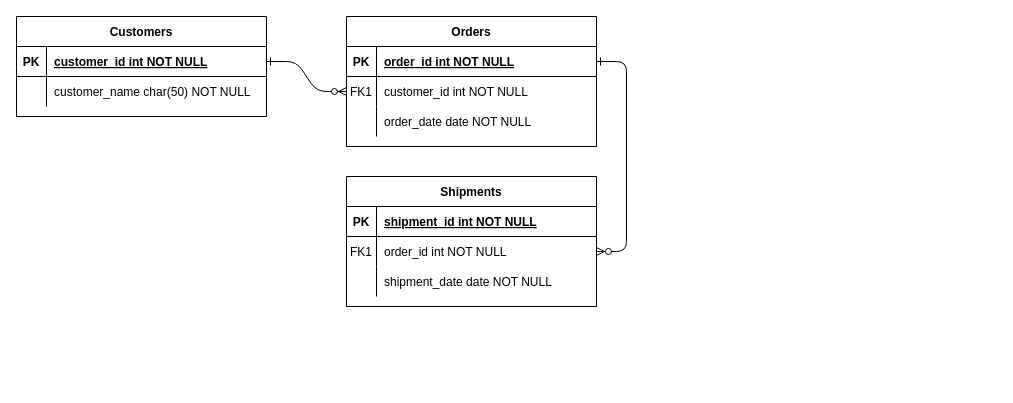
Earlier version of the draw.io diagram ANS6.drawio (paldengrg/Codes). Source tidied: cells renumbered, new cells numbered last; positions are measured from the earlier drawing's top-left corner, leaving out a move shared by most shapes. Both pictures are drawn from the tidied source at 100%, with x=0, y=0 at pixel (16, 16).
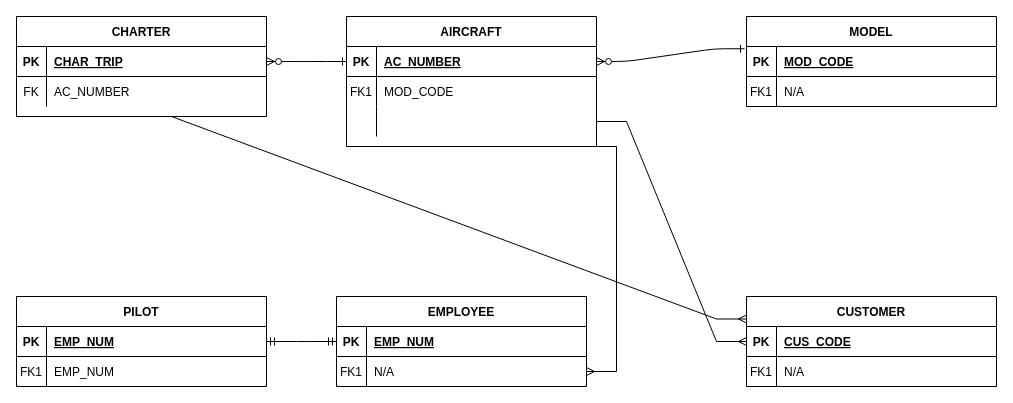
After the change.

Unchanged cells that the change refers to:
```xml
<mxCell id="5" style="shape=partialRectangle;fillColor=none;points=[[0,0.5],[1,0.5]];portConstraint=eastwest;top=0;left=0;right=0;bottom=1;" parent="4" vertex="1">
  <mxGeometry y="30" width="250" height="30" as="geometry" />
</mxCell>
<mxCell id="8" style="shape=partialRectangle;fillColor=none;points=[[0,0.5],[1,0.5]];portConstraint=eastwest;top=0;left=0;right=0;bottom=0;" parent="4" vertex="1">
  <mxGeometry y="60" width="250" height="30" as="geometry" />
</mxCell>
<mxCell id="11" style="shape=partialRectangle;fillColor=none;points=[[0,0.5],[1,0.5]];portConstraint=eastwest;top=0;left=0;right=0;bottom=0;" parent="4" vertex="1">
  <mxGeometry y="90" width="250" height="30" as="geometry" />
</mxCell>
<mxCell id="15" style="shape=partialRectangle;fillColor=none;points=[[0,0.5],[1,0.5]];portConstraint=eastwest;top=0;left=0;right=0;bottom=1;" parent="14" vertex="1">
  <mxGeometry y="30" width="250" height="30" as="geometry" />
</mxCell>
<mxCell id="18" style="shape=partialRectangle;fillColor=none;points=[[0,0.5],[1,0.5]];portConstraint=eastwest;top=0;left=0;right=0;bottom=0;" parent="14" vertex="1">
  <mxGeometry y="60" width="250" height="30" as="geometry" />
</mxCell>
<mxCell id="25" style="shape=partialRectangle;fillColor=none;points=[[0,0.5],[1,0.5]];portConstraint=eastwest;top=0;left=0;right=0;bottom=1;" parent="24" vertex="1">
  <mxGeometry y="30" width="250" height="30" as="geometry" />
</mxCell>
<mxCell id="28" style="shape=partialRectangle;fillColor=none;top=0;left=0;right=0;bottom=0;" parent="24" vertex="1">
  <mxGeometry y="60" width="250" height="30" as="geometry" />
</mxCell>
```

Diff of the diagram source:
```diff
@@
-    <mxCell id="2" style="edgeStyle=entityRelationEdgeStyle;endArrow=ERzeroToMany;startArrow=ERone;endFill=1;startFill=0;" parent="1" edge="1" source="25" target="8">
+    <mxCell id="2" style="edgeStyle=entityRelationEdgeStyle;endArrow=ERzeroToMany;startArrow=ERone;endFill=1;startFill=0;entryX=1;entryY=0.5;entryDx=0;entryDy=0;exitX=0;exitY=0.5;exitDx=0;exitDy=0;" parent="1" edge="1" source="5" target="25">
       <mxGeometry relative="1" as="geometry" />
     </mxCell>
-    <mxCell id="3" style="edgeStyle=entityRelationEdgeStyle;endArrow=ERzeroToMany;startArrow=ERone;endFill=1;startFill=0;" parent="1" edge="1" source="5" target="18">
+    <mxCell id="3" style="edgeStyle=entityRelationEdgeStyle;endArrow=ERzeroToMany;startArrow=ERone;endFill=1;startFill=0;exitX=-0.008;exitY=0.075;exitDx=0;exitDy=0;exitPerimeter=0;" parent="1" edge="1" source="15" target="5">
       <mxGeometry relative="1" as="geometry" />
     </mxCell>
-    <mxCell id="4" value="Orders" style="shape=table;startSize=30;childLayout=tableLayout;rowLines=0;fontStyle=1;align=center;" parent="1" vertex="1">
+    <mxCell id="4" value="AIRCRAFT" style="shape=table;startSize=30;childLayout=tableLayout;rowLines=0;fontStyle=1;align=center;" parent="1" vertex="1">
       <mxGeometry x="330" width="250" height="130" as="geometry" />
     </mxCell>
@@
-    <mxCell id="7" value="order_id int NOT NULL " style="shape=partialRectangle;overflow=hidden;fillColor=none;top=0;left=0;bottom=0;right=0;align=left;spacingLeft=6;fontStyle=5;" parent="5" vertex="1">
+    <mxCell id="7" value="AC_NUMBER" style="shape=partialRectangle;overflow=hidden;fillColor=none;top=0;left=0;bottom=0;right=0;align=left;spacingLeft=6;fontStyle=5;" parent="5" vertex="1">
       <mxGeometry x="30" width="220" height="30" as="geometry" />
     </mxCell>
@@
-    <mxCell id="10" value="customer_id int NOT NULL" style="shape=partialRectangle;overflow=hidden;fillColor=none;top=0;left=0;bottom=0;right=0;align=left;spacingLeft=6;" parent="8" vertex="1">
+    <mxCell id="10" value="MOD_CODE" style="shape=partialRectangle;overflow=hidden;fillColor=none;top=0;left=0;bottom=0;right=0;align=left;spacingLeft=6;" parent="8" vertex="1">
       <mxGeometry x="30" width="220" height="30" as="geometry" />
     </mxCell>
@@
-    <mxCell id="13" value="order_date date NOT NULL" style="shape=partialRectangle;overflow=hidden;fillColor=none;top=0;left=0;bottom=0;right=0;align=left;spacingLeft=6;" parent="11" vertex="1">
+    <mxCell id="13" style="shape=partialRectangle;overflow=hidden;fillColor=none;top=0;left=0;bottom=0;right=0;align=left;spacingLeft=6;" parent="11" vertex="1">
       <mxGeometry x="30" width="220" height="30" as="geometry" />
     </mxCell>
-    <mxCell id="14" value="Shipments" style="shape=table;startSize=30;childLayout=tableLayout;rowLines=0;fontStyle=1;align=center;" parent="1" vertex="1">
-      <mxGeometry x="330" y="160" width="250" height="130" as="geometry" />
+    <mxCell id="14" value="MODEL" style="shape=table;startSize=30;childLayout=tableLayout;rowLines=0;fontStyle=1;align=center;" parent="1" vertex="1">
+      <mxGeometry x="730" width="250" height="90" as="geometry" />
     </mxCell>
@@
-    <mxCell id="17" value="shipment_id int NOT NULL " style="shape=partialRectangle;overflow=hidden;fillColor=none;top=0;left=0;bottom=0;right=0;align=left;spacingLeft=6;fontStyle=5;" parent="15" vertex="1">
+    <mxCell id="17" value="MOD_CODE" style="shape=partialRectangle;overflow=hidden;fillColor=none;top=0;left=0;bottom=0;right=0;align=left;spacingLeft=6;fontStyle=5;" parent="15" vertex="1">
       <mxGeometry x="30" width="220" height="30" as="geometry" />
     </mxCell>
@@
-    <mxCell id="20" value="order_id int NOT NULL" style="shape=partialRectangle;overflow=hidden;fillColor=none;top=0;left=0;bottom=0;right=0;align=left;spacingLeft=6;" parent="18" vertex="1">
+    <mxCell id="20" value="N/A" style="shape=partialRectangle;overflow=hidden;fillColor=none;top=0;left=0;bottom=0;right=0;align=left;spacingLeft=6;" parent="18" vertex="1">
       <mxGeometry x="30" width="220" height="30" as="geometry" />
     </mxCell>
-    <mxCell id="21" style="shape=partialRectangle;fillColor=none;top=0;left=0;right=0;bottom=0;" parent="14" vertex="1">
-      <mxGeometry y="90" width="250" height="30" as="geometry" />
-    </mxCell>
-    <mxCell id="22" style="shape=partialRectangle;overflow=hidden;fillColor=none;top=0;left=0;bottom=0;right=0;" parent="21" vertex="1">
-      <mxGeometry width="30" height="30" as="geometry" />
-    </mxCell>
-    <mxCell id="23" value="shipment_date date NOT NULL" style="shape=partialRectangle;overflow=hidden;fillColor=none;top=0;left=0;bottom=0;right=0;align=left;spacingLeft=6;" parent="21" vertex="1">
-      <mxGeometry x="30" width="220" height="30" as="geometry" />
-    </mxCell>
-    <mxCell id="24" value="Customers" style="shape=table;startSize=30;childLayout=tableLayout;rowLines=0;fontStyle=1;align=center;" parent="1" vertex="1">
+    <mxCell id="24" value="CHARTER" style="shape=table;startSize=30;childLayout=tableLayout;rowLines=0;fontStyle=1;align=center;" parent="1" vertex="1">
       <mxGeometry width="250" height="100" as="geometry" />
     </mxCell>
@@
-    <mxCell id="27" value="customer_id int NOT NULL " style="shape=partialRectangle;overflow=hidden;fillColor=none;top=0;left=0;bottom=0;right=0;align=left;spacingLeft=6;fontStyle=5;" parent="25" vertex="1">
+    <mxCell id="27" value="CHAR_TRIP" style="shape=partialRectangle;overflow=hidden;fillColor=none;top=0;left=0;bottom=0;right=0;align=left;spacingLeft=6;fontStyle=5;" parent="25" vertex="1">
       <mxGeometry x="30" width="220" height="30" as="geometry" />
     </mxCell>
@@
-    <mxCell id="29" style="shape=partialRectangle;overflow=hidden;fillColor=none;top=0;left=0;bottom=0;right=0;" parent="28" vertex="1">
+    <mxCell id="29" value="FK" style="shape=partialRectangle;overflow=hidden;fillColor=none;top=0;left=0;bottom=0;right=0;" parent="28" vertex="1">
       <mxGeometry width="30" height="30" as="geometry" />
     </mxCell>
-    <mxCell id="30" value="customer_name char(50) NOT NULL" style="shape=partialRectangle;overflow=hidden;fillColor=none;top=0;left=0;bottom=0;right=0;align=left;spacingLeft=6;" parent="28" vertex="1">
+    <mxCell id="30" value="AC_NUMBER" style="shape=partialRectangle;overflow=hidden;fillColor=none;top=0;left=0;bottom=0;right=0;align=left;spacingLeft=6;" parent="28" vertex="1">
       <mxGeometry x="30" width="220" height="30" as="geometry" />
     </mxCell>
+    <mxCell id="31" value="PILOT" style="shape=table;startSize=30;childLayout=tableLayout;rowLines=0;fontStyle=1;align=center;" parent="1" vertex="1">
+      <mxGeometry y="280" width="250" height="90" as="geometry" />
+    </mxCell>
+    <mxCell id="32" style="shape=partialRectangle;fillColor=none;points=[[0,0.5],[1,0.5]];portConstraint=eastwest;top=0;left=0;right=0;bottom=1;" parent="31" vertex="1">
+      <mxGeometry y="30" width="250" height="30" as="geometry" />
+    </mxCell>
+    <mxCell id="33" value="PK" style="shape=partialRectangle;overflow=hidden;fillColor=none;top=0;left=0;bottom=0;right=0;fontStyle=1;" parent="32" vertex="1">
+      <mxGeometry width="30" height="30" as="geometry" />
+    </mxCell>
+    <mxCell id="34" value="EMP_NUM" style="shape=partialRectangle;overflow=hidden;fillColor=none;top=0;left=0;bottom=0;right=0;align=left;spacingLeft=6;fontStyle=5;" parent="32" vertex="1">
+      <mxGeometry x="30" width="220" height="30" as="geometry" />
+    </mxCell>
+    <mxCell id="35" style="shape=partialRectangle;fillColor=none;top=0;left=0;right=0;bottom=0;" parent="31" vertex="1">
+      <mxGeometry y="60" width="250" height="30" as="geometry" />
+    </mxCell>
+    <mxCell id="36" value="FK1" style="shape=partialRectangle;overflow=hidden;fillColor=none;top=0;left=0;bottom=0;right=0;" parent="35" vertex="1">
+      <mxGeometry width="30" height="30" as="geometry" />
+    </mxCell>
+    <mxCell id="37" value="EMP_NUM" style="shape=partialRectangle;overflow=hidden;fillColor=none;top=0;left=0;bottom=0;right=0;align=left;spacingLeft=6;" parent="35" vertex="1">
+      <mxGeometry x="30" width="220" height="30" as="geometry" />
+    </mxCell>
+    <mxCell id="38" value="EMPLOYEE" style="shape=table;startSize=30;childLayout=tableLayout;rowLines=0;fontStyle=1;align=center;" parent="1" vertex="1">
+      <mxGeometry x="320" y="280" width="250" height="90" as="geometry" />
+    </mxCell>
+    <mxCell id="39" style="shape=partialRectangle;fillColor=none;points=[[0,0.5],[1,0.5]];portConstraint=eastwest;top=0;left=0;right=0;bottom=1;" parent="38" vertex="1">
+      <mxGeometry y="30" width="250" height="30" as="geometry" />
+    </mxCell>
+    <mxCell id="40" value="PK" style="shape=partialRectangle;overflow=hidden;fillColor=none;top=0;left=0;bottom=0;right=0;fontStyle=1;" parent="39" vertex="1">
+      <mxGeometry width="30" height="30" as="geometry" />
+    </mxCell>
+    <mxCell id="41" value="EMP_NUM" style="shape=partialRectangle;overflow=hidden;fillColor=none;top=0;left=0;bottom=0;right=0;align=left;spacingLeft=6;fontStyle=5;" parent="39" vertex="1">
+      <mxGeometry x="30" width="220" height="30" as="geometry" />
+    </mxCell>
+    <mxCell id="42" style="shape=partialRectangle;fillColor=none;points=[[0,0.5],[1,0.5]];portConstraint=eastwest;top=0;left=0;right=0;bottom=0;" parent="38" vertex="1">
+      <mxGeometry y="60" width="250" height="30" as="geometry" />
+    </mxCell>
+    <mxCell id="43" value="FK1" style="shape=partialRectangle;overflow=hidden;fillColor=none;top=0;left=0;bottom=0;right=0;" parent="42" vertex="1">
+      <mxGeometry width="30" height="30" as="geometry" />
+    </mxCell>
+    <mxCell id="44" value="N/A" style="shape=partialRectangle;overflow=hidden;fillColor=none;top=0;left=0;bottom=0;right=0;align=left;spacingLeft=6;" parent="42" vertex="1">
+      <mxGeometry x="30" width="220" height="30" as="geometry" />
+    </mxCell>
+    <mxCell id="45" value="CUSTOMER" style="shape=table;startSize=30;childLayout=tableLayout;rowLines=0;fontStyle=1;align=center;" parent="1" vertex="1">
+      <mxGeometry x="730" y="280" width="250" height="90" as="geometry" />
+    </mxCell>
+    <mxCell id="46" style="shape=partialRectangle;fillColor=none;points=[[0,0.5],[1,0.5]];portConstraint=eastwest;top=0;left=0;right=0;bottom=1;" parent="45" vertex="1">
+      <mxGeometry y="30" width="250" height="30" as="geometry" />
+    </mxCell>
+    <mxCell id="47" value="PK" style="shape=partialRectangle;overflow=hidden;fillColor=none;top=0;left=0;bottom=0;right=0;fontStyle=1;" parent="46" vertex="1">
+      <mxGeometry width="30" height="30" as="geometry" />
+    </mxCell>
+    <mxCell id="48" value="CUS_CODE" style="shape=partialRectangle;overflow=hidden;fillColor=none;top=0;left=0;bottom=0;right=0;align=left;spacingLeft=6;fontStyle=5;" parent="46" vertex="1">
+      <mxGeometry x="30" width="220" height="30" as="geometry" />
+    </mxCell>
+    <mxCell id="49" style="shape=partialRectangle;fillColor=none;top=0;left=0;right=0;bottom=0;" parent="45" vertex="1">
+      <mxGeometry y="60" width="250" height="30" as="geometry" />
+    </mxCell>
+    <mxCell id="50" value="FK1" style="shape=partialRectangle;overflow=hidden;fillColor=none;top=0;left=0;bottom=0;right=0;" parent="49" vertex="1">
+      <mxGeometry width="30" height="30" as="geometry" />
+    </mxCell>
+    <mxCell id="51" value="N/A" style="shape=partialRectangle;overflow=hidden;fillColor=none;top=0;left=0;bottom=0;right=0;align=left;spacingLeft=6;" parent="49" vertex="1">
+      <mxGeometry x="30" width="220" height="30" as="geometry" />
+    </mxCell>
+    <mxCell id="52" style="edgeStyle=entityRelationEdgeStyle;fontSize=12;html=1;endArrow=ERmandOne;startArrow=ERmandOne;rounded=0;exitX=1;exitY=0.5;exitDx=0;exitDy=0;entryX=0;entryY=0.5;entryDx=0;entryDy=0;" parent="1" edge="1" source="32" target="39">
+      <mxGeometry relative="1" as="geometry" />
+    </mxCell>
+    <mxCell id="53" style="edgeStyle=entityRelationEdgeStyle;fontSize=12;html=1;endArrow=ERmany;rounded=0;exitX=0.5;exitY=1;exitDx=0;exitDy=0;entryX=0;entryY=0.25;entryDx=0;entryDy=0;" parent="1" edge="1" source="24" target="45">
+      <mxGeometry relative="1" as="geometry" />
+    </mxCell>
+    <mxCell id="54" style="edgeStyle=entityRelationEdgeStyle;fontSize=12;html=1;endArrow=ERmany;rounded=0;" parent="1" edge="1" target="42">
+      <mxGeometry relative="1" as="geometry">
+        <mxPoint x="560" y="130" as="sourcePoint" />
+        <Array as="points">
+          <mxPoint x="380" y="200" />
+        </Array>
+      </mxGeometry>
+    </mxCell>
+    <mxCell id="55" style="edgeStyle=entityRelationEdgeStyle;fontSize=12;html=1;endArrow=ERmany;rounded=0;exitX=1;exitY=0.5;exitDx=0;exitDy=0;" parent="1" edge="1" source="11" target="46">
+      <mxGeometry relative="1" as="geometry">
+        <Array as="points">
+          <mxPoint x="390" y="210" />
+        </Array>
+      </mxGeometry>
+    </mxCell>
```
